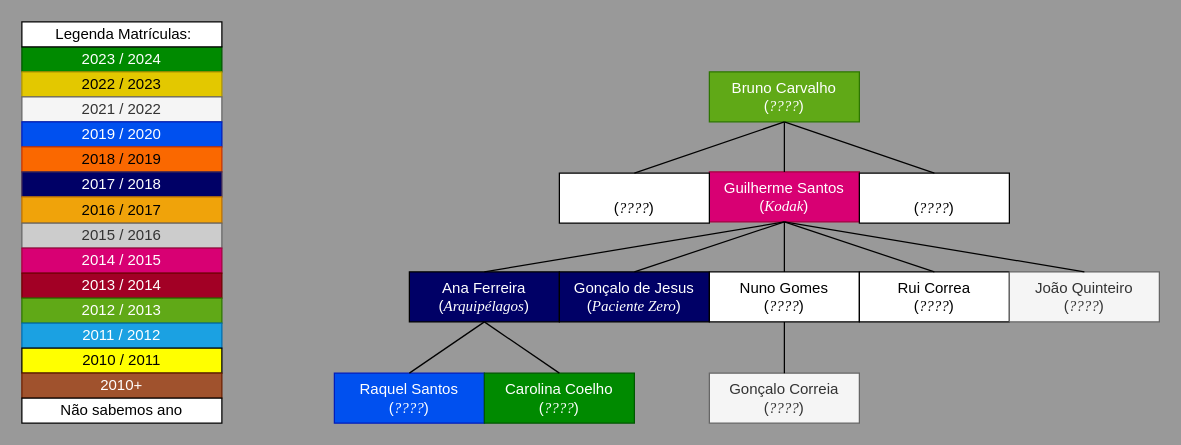
Earlier version of the draw.io diagram Draw.io/Familia_do_Bruno_Carvalho.drawio (pdmtmr/PDMTMRTESTLOCATION-AKA-ARBUSTO). Source tidied: cells renumbered, new cells numbered last; positions are measured from the earlier drawing's top-left corner, leaving out a move shared by most shapes. Both pictures are drawn from the tidied source at 125%, with x=0, y=0 at pixel (21, 21).
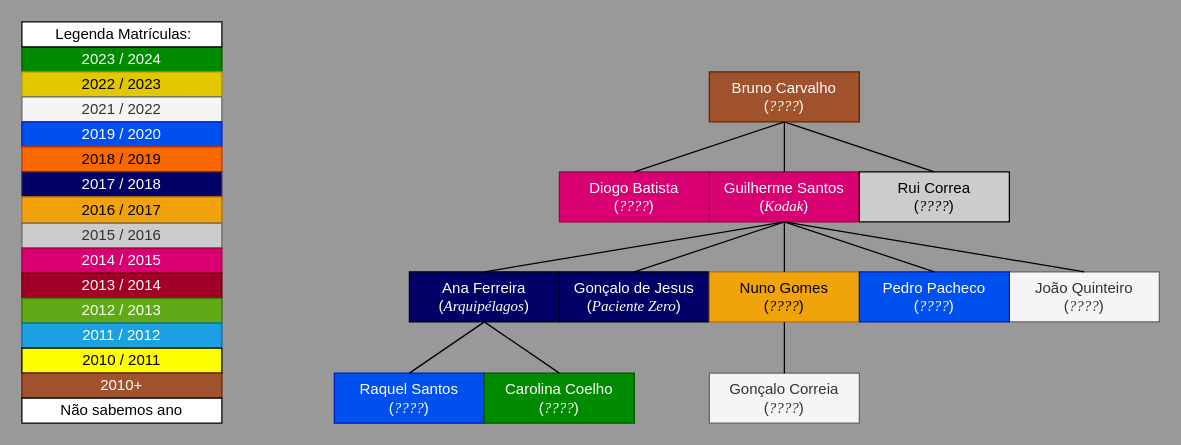
Above is the later version.

Unchanged cells that the change refers to:
```xml
<mxCell id="18" value="&lt;div&gt;Guilherme Santos&lt;/div&gt;&lt;div&gt;&lt;span style=&quot;background-color: initial;&quot;&gt;(&lt;font face=&quot;Times New Roman&quot;&gt;&lt;i&gt;Kodak&lt;/i&gt;&lt;/font&gt;&lt;/span&gt;&lt;span style=&quot;background-color: initial;&quot;&gt;)&lt;/span&gt;&lt;/div&gt;" style="rounded=0;whiteSpace=wrap;html=1;fillColor=#d80073;fontColor=#ffffff;strokeColor=#A50040;" parent="1" vertex="1">
  <mxGeometry x="550" y="120" width="120" height="40" as="geometry" />
</mxCell>
```

The edit, as a diff of the source:
```diff
@@
-    <mxCell id="23" value="&lt;div&gt;&lt;span style=&quot;background-color: initial;&quot;&gt;Nuno Gomes&lt;/span&gt;&lt;/div&gt;&lt;div&gt;&lt;span style=&quot;background-color: initial;&quot;&gt;(&lt;/span&gt;&lt;i style=&quot;background-color: initial;&quot;&gt;&lt;font face=&quot;Times New Roman&quot;&gt;????&lt;/font&gt;&lt;/i&gt;&lt;span style=&quot;background-color: initial;&quot;&gt;)&lt;/span&gt;&lt;/div&gt;" style="rounded=0;whiteSpace=wrap;html=1;" parent="1" vertex="1">
+    <mxCell id="23" value="&lt;div&gt;&lt;span style=&quot;background-color: initial;&quot;&gt;Nuno Gomes&lt;/span&gt;&lt;/div&gt;&lt;div&gt;&lt;span style=&quot;background-color: initial;&quot;&gt;(&lt;/span&gt;&lt;i style=&quot;background-color: initial;&quot;&gt;&lt;font face=&quot;Times New Roman&quot;&gt;????&lt;/font&gt;&lt;/i&gt;&lt;span style=&quot;background-color: initial;&quot;&gt;)&lt;/span&gt;&lt;/div&gt;" style="rounded=0;whiteSpace=wrap;html=1;fillColor=#f0a30a;fontColor=#000000;strokeColor=#BD7000;" parent="1" vertex="1">
       <mxGeometry x="550" y="200" width="120" height="40" as="geometry" />
     </mxCell>
-    <mxCell id="24" value="&lt;div&gt;&lt;span style=&quot;background-color: initial;&quot;&gt;Rui Correa&lt;/span&gt;&lt;/div&gt;&lt;div&gt;&lt;span style=&quot;background-color: initial;&quot;&gt;(&lt;/span&gt;&lt;i style=&quot;background-color: initial;&quot;&gt;&lt;font face=&quot;Times New Roman&quot;&gt;????&lt;/font&gt;&lt;/i&gt;&lt;span style=&quot;background-color: initial;&quot;&gt;)&lt;/span&gt;&lt;/div&gt;" style="rounded=0;whiteSpace=wrap;html=1;" parent="1" vertex="1">
-      <mxGeometry x="670" y="200" width="120" height="40" as="geometry" />
+    <mxCell id="24" value="&lt;div&gt;&lt;span style=&quot;background-color: initial;&quot;&gt;Rui Correa&lt;/span&gt;&lt;/div&gt;&lt;div&gt;&lt;span style=&quot;background-color: initial;&quot;&gt;(&lt;/span&gt;&lt;i style=&quot;background-color: initial;&quot;&gt;&lt;font face=&quot;Times New Roman&quot;&gt;????&lt;/font&gt;&lt;/i&gt;&lt;span style=&quot;background-color: initial;&quot;&gt;)&lt;/span&gt;&lt;/div&gt;" style="rounded=0;whiteSpace=wrap;html=1;fillColor=#CCCCCC;fontColor=#000000;" parent="1" vertex="1">
+      <mxGeometry x="670" y="120" width="120" height="40" as="geometry" />
     </mxCell>
@@
-    <mxCell id="29" style="endArrow=none;html=1;fontColor=#FFFFFF;exitX=0.5;exitY=0;exitDx=0;exitDy=0;entryX=0.5;entryY=1;entryDx=0;entryDy=0;" parent="1" edge="1" source="24" target="18">
+    <mxCell id="29" style="endArrow=none;html=1;fontColor=#FFFFFF;exitX=0.5;exitY=0;exitDx=0;exitDy=0;entryX=0.5;entryY=1;entryDx=0;entryDy=0;" parent="1" edge="1" source="24" target="36">
       <mxGeometry relative="1" as="geometry" />
     </mxCell>
@@
-    <mxCell id="36" value="&lt;div&gt;&lt;span style=&quot;background-color: initial;&quot;&gt;Bruno Carvalho&lt;/span&gt;&lt;/div&gt;&lt;div&gt;&lt;span style=&quot;background-color: initial;&quot;&gt;(&lt;/span&gt;&lt;i style=&quot;background-color: initial;&quot;&gt;&lt;font face=&quot;Times New Roman&quot;&gt;????&lt;/font&gt;&lt;/i&gt;&lt;span style=&quot;background-color: initial;&quot;&gt;)&lt;/span&gt;&lt;/div&gt;" style="rounded=0;whiteSpace=wrap;html=1;fillColor=#60a917;fontColor=#ffffff;strokeColor=#2D7600;" parent="1" vertex="1">
+    <mxCell id="36" value="&lt;div&gt;&lt;span style=&quot;background-color: initial;&quot;&gt;Bruno Carvalho&lt;/span&gt;&lt;/div&gt;&lt;div&gt;&lt;span style=&quot;background-color: initial;&quot;&gt;(&lt;/span&gt;&lt;i style=&quot;background-color: initial;&quot;&gt;&lt;font face=&quot;Times New Roman&quot;&gt;????&lt;/font&gt;&lt;/i&gt;&lt;span style=&quot;background-color: initial;&quot;&gt;)&lt;/span&gt;&lt;/div&gt;" style="rounded=0;whiteSpace=wrap;html=1;fillColor=#a0522d;fontColor=#ffffff;strokeColor=#6D1F00;" parent="1" vertex="1">
       <mxGeometry x="550" y="40" width="120" height="40" as="geometry" />
     </mxCell>
-    <mxCell id="37" value="&lt;div&gt;&lt;br&gt;&lt;/div&gt;&lt;div&gt;&lt;span style=&quot;background-color: initial;&quot;&gt;(&lt;/span&gt;&lt;i style=&quot;background-color: initial;&quot;&gt;&lt;font face=&quot;Times New Roman&quot;&gt;????&lt;/font&gt;&lt;/i&gt;&lt;span style=&quot;background-color: initial;&quot;&gt;)&lt;/span&gt;&lt;/div&gt;" style="rounded=0;whiteSpace=wrap;html=1;" parent="1" vertex="1">
-      <mxGeometry x="670" y="121" width="120" height="40" as="geometry" />
-    </mxCell>
-    <mxCell id="38" value="&lt;div&gt;&lt;br&gt;&lt;/div&gt;&lt;div&gt;&lt;span style=&quot;background-color: initial;&quot;&gt;(&lt;/span&gt;&lt;i style=&quot;background-color: initial;&quot;&gt;&lt;font face=&quot;Times New Roman&quot;&gt;????&lt;/font&gt;&lt;/i&gt;&lt;span style=&quot;background-color: initial;&quot;&gt;)&lt;/span&gt;&lt;/div&gt;" style="rounded=0;whiteSpace=wrap;html=1;" parent="1" vertex="1">
-      <mxGeometry x="430" y="121" width="120" height="40" as="geometry" />
+    <mxCell id="38" value="&lt;div&gt;Diogo Batista&lt;/div&gt;&lt;div&gt;&lt;span style=&quot;background-color: initial;&quot;&gt;(&lt;/span&gt;&lt;i style=&quot;background-color: initial;&quot;&gt;&lt;font face=&quot;Times New Roman&quot;&gt;????&lt;/font&gt;&lt;/i&gt;&lt;span style=&quot;background-color: initial;&quot;&gt;)&lt;/span&gt;&lt;/div&gt;" style="rounded=0;whiteSpace=wrap;html=1;fillColor=#d80073;fontColor=#ffffff;strokeColor=#A50040;" parent="1" vertex="1">
+      <mxGeometry x="430" y="120" width="120" height="40" as="geometry" />
     </mxCell>
@@
-    <mxCell id="40" style="endArrow=none;html=1;fontColor=#FFFFFF;exitX=0.5;exitY=1;exitDx=0;exitDy=0;entryX=0.5;entryY=0;entryDx=0;entryDy=0;" parent="1" edge="1" source="36" target="37">
-      <mxGeometry relative="1" as="geometry" />
-    </mxCell>
+    <mxCell id="41" value="&lt;div&gt;Pedro Pacheco&lt;/div&gt;&lt;div&gt;&lt;span style=&quot;background-color: initial;&quot;&gt;(&lt;/span&gt;&lt;i style=&quot;background-color: initial;&quot;&gt;&lt;font face=&quot;Times New Roman&quot;&gt;????&lt;/font&gt;&lt;/i&gt;&lt;span style=&quot;background-color: initial;&quot;&gt;)&lt;/span&gt;&lt;/div&gt;" style="rounded=0;whiteSpace=wrap;html=1;fillColor=#0050ef;fontColor=#ffffff;strokeColor=#001DBC;" parent="1" vertex="1">
+      <mxGeometry x="670" y="200" width="120" height="40" as="geometry" />
+    </mxCell>
+    <mxCell id="42" style="endArrow=none;html=1;fontColor=#FFFFFF;exitX=0.5;exitY=0;exitDx=0;exitDy=0;entryX=0.5;entryY=1;entryDx=0;entryDy=0;" parent="1" edge="1" source="41" target="18">
+      <mxGeometry relative="1" as="geometry" />
+    </mxCell>
```
